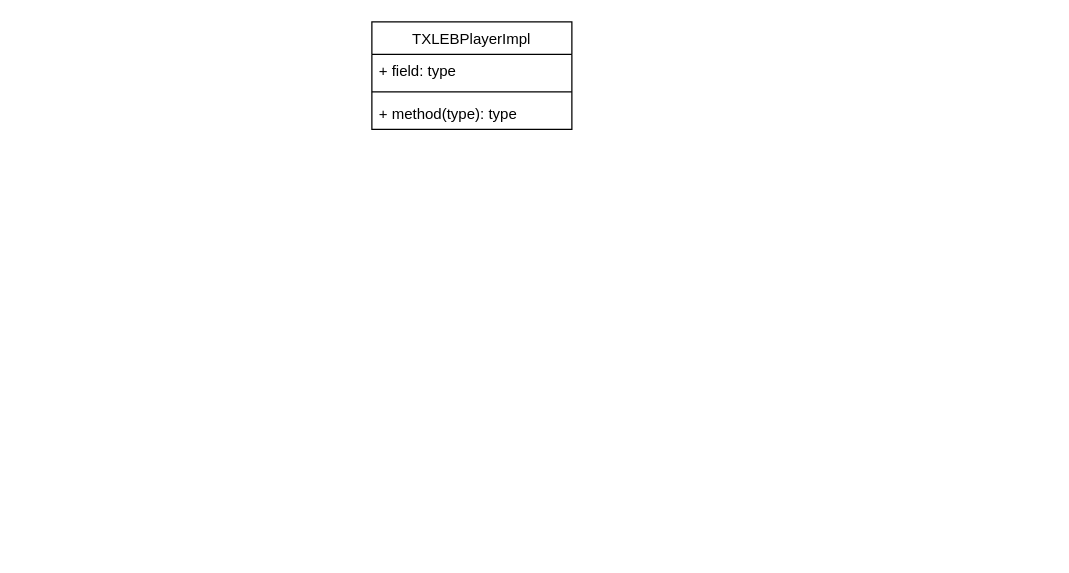
Above: diagrams/TXLebPlayer.drawio in paopaosecret/resources (draw.io), before the change. Source tidied: cells renumbered, new cells numbered last; positions are measured from the earlier drawing's top-left corner, leaving out a move shared by most shapes. Both pictures are drawn from the tidied source at 125%, with x=0, y=0 at pixel (371, 21).
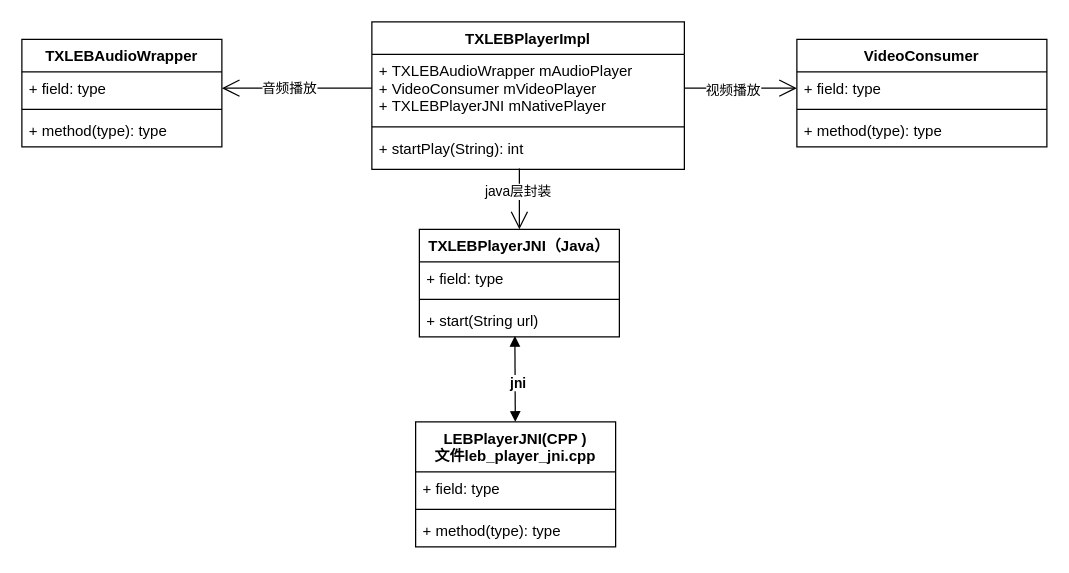
The same page after the edit.

Diff of the diagram source:
```diff
@@
-    <mxCell id="2" value="TXLEBPlayerImpl" style="swimlane;fontStyle=0;align=center;verticalAlign=top;horizontal=1;startSize=26;" parent="1" vertex="1">
-      <mxGeometry width="160" height="86" as="geometry" />
+    <mxCell id="2" value="TXLEBPlayerImpl" style="swimlane;fontStyle=1;align=center;verticalAlign=top;horizontal=1;startSize=26;" parent="1" vertex="1">
+      <mxGeometry width="250" height="118" as="geometry" />
     </mxCell>
-    <mxCell id="3" value="+ field: type" style="text;strokeColor=none;fillColor=none;align=left;verticalAlign=top;spacingLeft=4;spacingRight=4;overflow=hidden;points=[[0,0.5],[1,0.5]];portConstraint=eastwest;" parent="2" vertex="1">
-      <mxGeometry y="26" width="160" height="26" as="geometry" />
+    <mxCell id="3" value="+ TXLEBAudioWrapper mAudioPlayer&#10;+ VideoConsumer mVideoPlayer&#10;+ TXLEBPlayerJNI mNativePlayer" style="text;strokeColor=none;fillColor=none;align=left;verticalAlign=top;spacingLeft=4;spacingRight=4;overflow=hidden;points=[[0,0.5],[1,0.5]];portConstraint=eastwest;fontStyle=0;" parent="2" vertex="1">
+      <mxGeometry y="26" width="250" height="54" as="geometry" />
     </mxCell>
     <mxCell id="4" style="line;strokeWidth=1;fillColor=none;align=left;verticalAlign=middle;spacingTop=-1;spacingLeft=3;spacingRight=3;labelPosition=right;" parent="2" vertex="1">
-      <mxGeometry y="52" width="160" height="8" as="geometry" />
+      <mxGeometry y="80" width="250" height="8" as="geometry" />
     </mxCell>
-    <mxCell id="5" value="+ method(type): type" style="text;strokeColor=none;fillColor=none;align=left;verticalAlign=top;spacingLeft=4;spacingRight=4;overflow=hidden;points=[[0,0.5],[1,0.5]];portConstraint=eastwest;" parent="2" vertex="1">
-      <mxGeometry y="60" width="160" height="26" as="geometry" />
+    <mxCell id="5" value="+ startPlay(String): int " style="text;strokeColor=none;fillColor=none;align=left;verticalAlign=top;spacingLeft=4;spacingRight=4;overflow=hidden;points=[[0,0.5],[1,0.5]];portConstraint=eastwest;fontStyle=0;" parent="2" vertex="1">
+      <mxGeometry y="88" width="250" height="30" as="geometry" />
     </mxCell>
+    <mxCell id="6" style="endArrow=open;endFill=1;endSize=12;html=1;rounded=0;exitX=1;exitY=0.5;exitDx=0;exitDy=0;entryX=0;entryY=0.5;entryDx=0;entryDy=0;" parent="1" edge="1" source="3" target="9">
+      <mxGeometry relative="1" as="geometry" />
+    </mxCell>
+    <mxCell id="7" value="视频播放" style="edgeLabel;html=1;align=center;verticalAlign=middle;" parent="6" vertex="1">
+      <mxGeometry x="-0.16" y="-1" relative="1" as="geometry" />
+    </mxCell>
+    <mxCell id="8" value="VideoConsumer" style="swimlane;fontStyle=1;align=center;verticalAlign=top;horizontal=1;startSize=26;" parent="1" vertex="1">
+      <mxGeometry x="340" y="14" width="200" height="86" as="geometry" />
+    </mxCell>
+    <mxCell id="9" value="+ field: type" style="text;strokeColor=none;fillColor=none;align=left;verticalAlign=top;spacingLeft=4;spacingRight=4;overflow=hidden;points=[[0,0.5],[1,0.5]];portConstraint=eastwest;" parent="8" vertex="1">
+      <mxGeometry y="26" width="200" height="26" as="geometry" />
+    </mxCell>
+    <mxCell id="10" style="line;strokeWidth=1;fillColor=none;align=left;verticalAlign=middle;spacingTop=-1;spacingLeft=3;spacingRight=3;labelPosition=right;" parent="8" vertex="1">
+      <mxGeometry y="52" width="200" height="8" as="geometry" />
+    </mxCell>
+    <mxCell id="11" value="+ method(type): type" style="text;strokeColor=none;fillColor=none;align=left;verticalAlign=top;spacingLeft=4;spacingRight=4;overflow=hidden;" parent="8" vertex="1">
+      <mxGeometry y="60" width="200" height="26" as="geometry" />
+    </mxCell>
+    <mxCell id="12" value="TXLEBAudioWrapper" style="swimlane;fontStyle=1;align=center;verticalAlign=top;horizontal=1;startSize=26;" parent="1" vertex="1">
+      <mxGeometry x="-280" y="14" width="160" height="86" as="geometry" />
+    </mxCell>
+    <mxCell id="13" value="+ field: type" style="text;strokeColor=none;fillColor=none;align=left;verticalAlign=top;spacingLeft=4;spacingRight=4;overflow=hidden;points=[[0,0.5],[1,0.5]];portConstraint=eastwest;" parent="12" vertex="1">
+      <mxGeometry y="26" width="160" height="26" as="geometry" />
+    </mxCell>
+    <mxCell id="14" style="line;strokeWidth=1;fillColor=none;align=left;verticalAlign=middle;spacingTop=-1;spacingLeft=3;spacingRight=3;labelPosition=right;" parent="12" vertex="1">
+      <mxGeometry y="52" width="160" height="8" as="geometry" />
+    </mxCell>
+    <mxCell id="15" value="+ method(type): type" style="text;strokeColor=none;fillColor=none;align=left;verticalAlign=top;spacingLeft=4;spacingRight=4;overflow=hidden;" parent="12" vertex="1">
+      <mxGeometry y="60" width="160" height="26" as="geometry" />
+    </mxCell>
+    <mxCell id="16" style="endArrow=open;endFill=1;endSize=12;html=1;rounded=0;entryX=1;entryY=0.5;entryDx=0;entryDy=0;exitX=0;exitY=0.5;exitDx=0;exitDy=0;" parent="1" edge="1" source="3" target="13">
+      <mxGeometry relative="1" as="geometry" />
+    </mxCell>
+    <mxCell id="17" value="音频播放" style="edgeLabel;html=1;align=center;verticalAlign=middle;" parent="16" vertex="1">
+      <mxGeometry x="0.11" y="-1" relative="1" as="geometry" />
+    </mxCell>
+    <mxCell id="18" value="TXLEBPlayerJNI（Java）" style="swimlane;fontStyle=1;align=center;verticalAlign=top;horizontal=1;startSize=26;" parent="1" vertex="1">
+      <mxGeometry x="38" y="166" width="160" height="86" as="geometry" />
+    </mxCell>
+    <mxCell id="19" value="+ field: type" style="text;strokeColor=none;fillColor=none;align=left;verticalAlign=top;spacingLeft=4;spacingRight=4;overflow=hidden;" parent="18" vertex="1">
+      <mxGeometry y="26" width="160" height="26" as="geometry" />
+    </mxCell>
+    <mxCell id="20" style="line;strokeWidth=1;fillColor=none;align=left;verticalAlign=middle;spacingTop=-1;spacingLeft=3;spacingRight=3;labelPosition=right;" parent="18" vertex="1">
+      <mxGeometry y="52" width="160" height="8" as="geometry" />
+    </mxCell>
+    <mxCell id="21" value="+ start(String url)" style="text;strokeColor=none;fillColor=none;align=left;verticalAlign=top;spacingLeft=4;spacingRight=4;overflow=hidden;fontStyle=0;" parent="18" vertex="1">
+      <mxGeometry y="60" width="160" height="26" as="geometry" />
+    </mxCell>
+    <mxCell id="22" style="endArrow=open;endFill=1;endSize=12;html=1;rounded=0;exitX=0.472;exitY=0.978;exitDx=0;exitDy=0;exitPerimeter=0;entryX=0.5;entryY=0;entryDx=0;entryDy=0;" parent="1" edge="1" source="5" target="18">
+      <mxGeometry relative="1" as="geometry" />
+    </mxCell>
+    <mxCell id="23" value="java层封装" style="edgeLabel;html=1;align=center;verticalAlign=middle;" parent="22" vertex="1">
+      <mxGeometry x="-0.27" y="-2" relative="1" as="geometry" />
+    </mxCell>
+    <mxCell id="24" style="endArrow=block;startArrow=block;endFill=1;startFill=1;html=1;rounded=0;exitX=0.465;exitY=0.974;exitDx=0;exitDy=0;exitPerimeter=0;" parent="1" edge="1" target="26">
+      <mxGeometry relative="1" as="geometry">
+        <mxPoint x="114.4" y="251.3" as="sourcePoint" />
+      </mxGeometry>
+    </mxCell>
+    <mxCell id="25" value="&lt;b&gt;jni&lt;/b&gt;" style="edgeLabel;html=1;align=center;verticalAlign=middle;" parent="24" vertex="1">
+      <mxGeometry x="0.08" y="2" relative="1" as="geometry" />
+    </mxCell>
+    <mxCell id="26" value="LEBPlayerJNI(CPP )&#10;文件leb_player_jni.cpp" style="swimlane;fontStyle=1;align=center;verticalAlign=top;horizontal=1;startSize=40;" parent="1" vertex="1">
+      <mxGeometry x="35" y="320" width="160" height="100" as="geometry" />
+    </mxCell>
+    <mxCell id="27" value="+ field: type" style="text;strokeColor=none;fillColor=none;align=left;verticalAlign=top;spacingLeft=4;spacingRight=4;overflow=hidden;" parent="26" vertex="1">
+      <mxGeometry y="40" width="160" height="26" as="geometry" />
+    </mxCell>
+    <mxCell id="28" style="line;strokeWidth=1;fillColor=none;align=left;verticalAlign=middle;spacingTop=-1;spacingLeft=3;spacingRight=3;labelPosition=right;" parent="26" vertex="1">
+      <mxGeometry y="66" width="160" height="8" as="geometry" />
+    </mxCell>
+    <mxCell id="29" value="+ method(type): type" style="text;strokeColor=none;fillColor=none;align=left;verticalAlign=top;spacingLeft=4;spacingRight=4;overflow=hidden;" parent="26" vertex="1">
+      <mxGeometry y="74" width="160" height="26" as="geometry" />
+    </mxCell>
```
